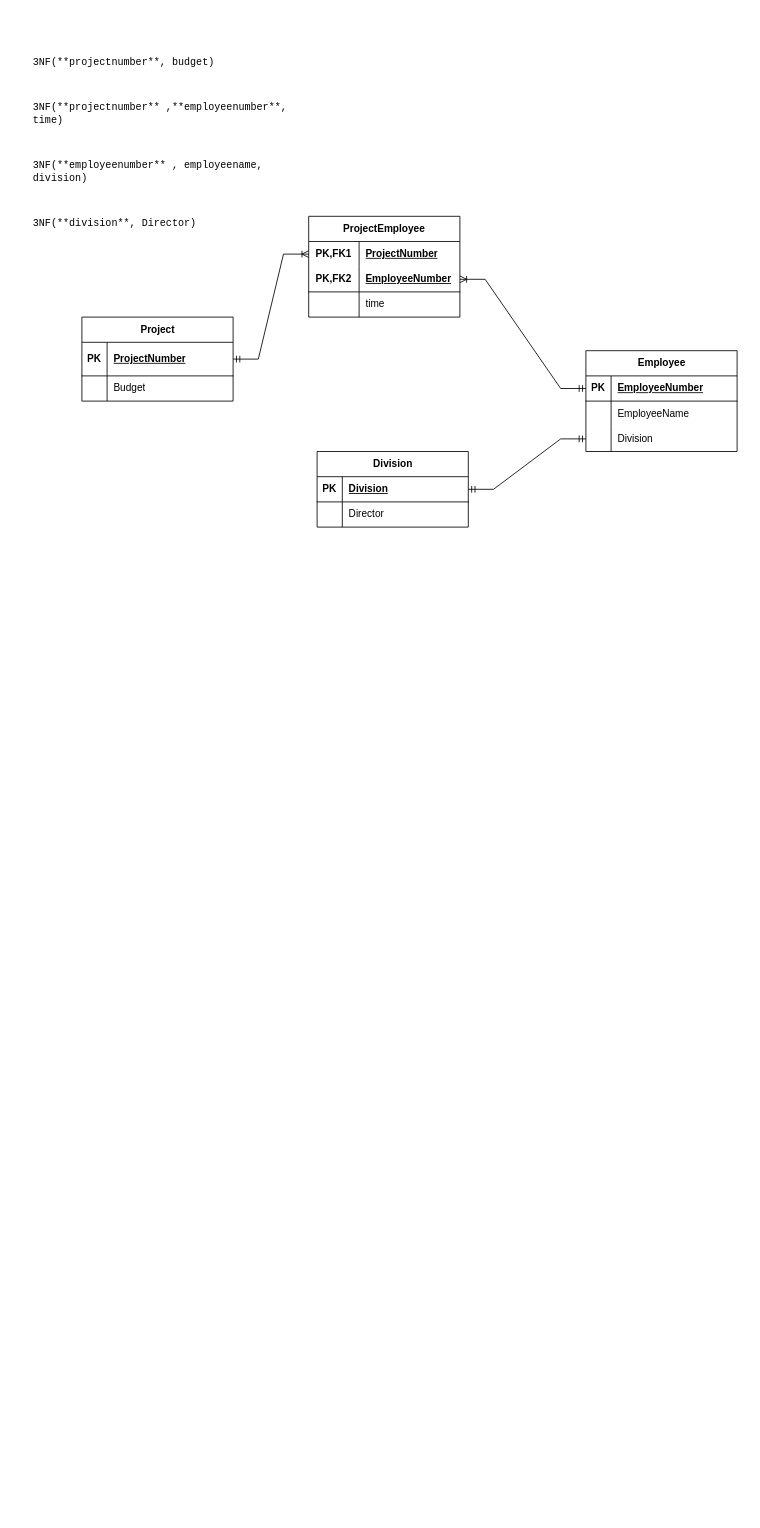
Before: Diagram zonder titel.drawio in Lukas-Bohez/Lukas-Bohez, a draw.io diagram. Source tidied: cells renumbered, new cells numbered last; positions are measured from the earlier drawing's top-left corner, leaving out a move shared by most shapes. Both pictures are drawn from the tidied source at 84%, with x=0, y=0 at pixel (31, 39).
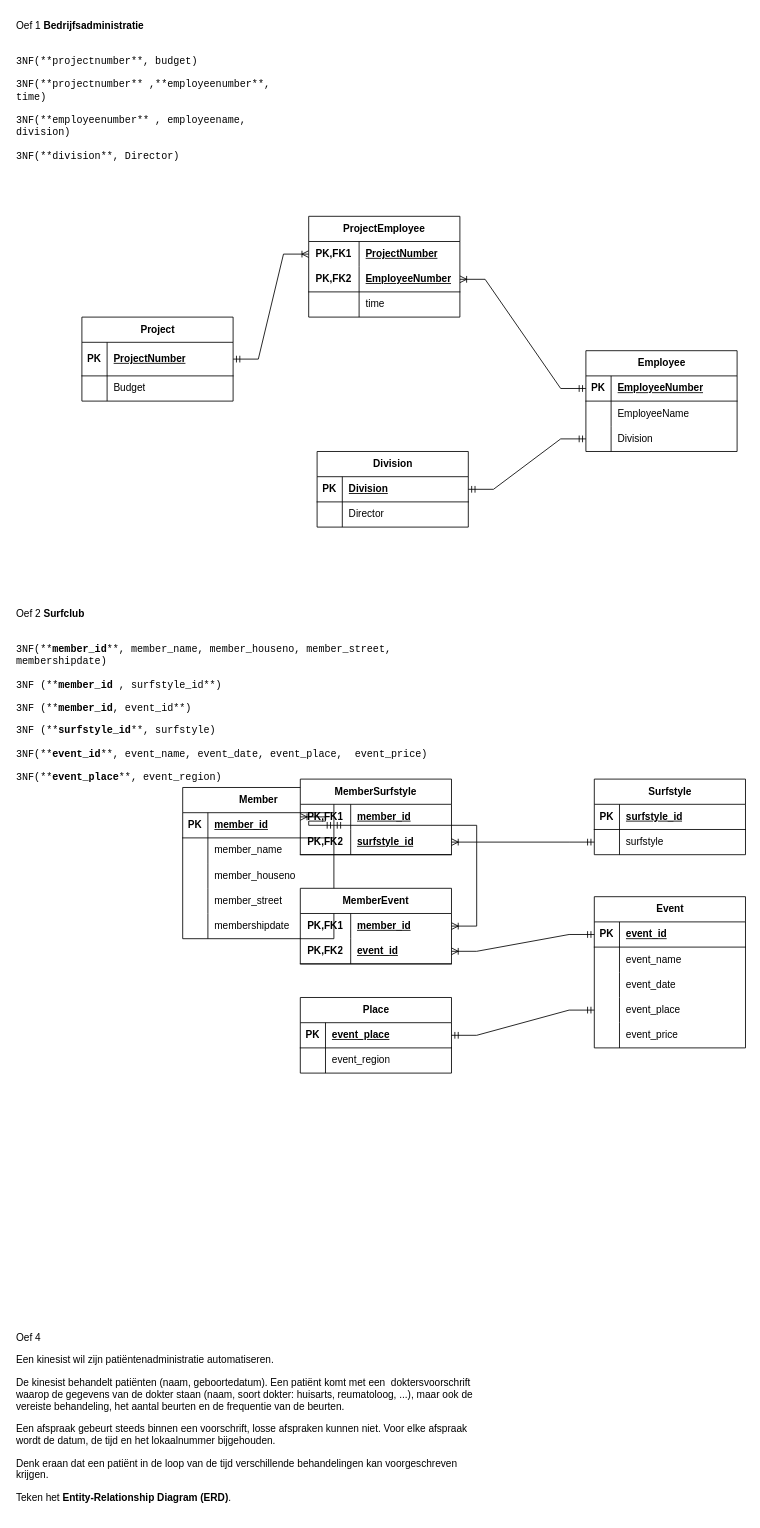
Above is the later version.

The edit, as a diff of the source:
```diff
@@
-    <mxCell id="9" value="&lt;p&gt;&lt;code&gt;3NF(**projectnumber**, budget)&lt;/code&gt;&lt;/p&gt;&#10;&lt;p&gt;&lt;code&gt;3NF(**projectnumber** ,**employeenumber**, time)&lt;/code&gt;&lt;/p&gt;&#10;&lt;p&gt;&lt;code&gt;3NF(**employeenumber** , employeename, division)&lt;/code&gt;&lt;/p&gt;&#10;&lt;p&gt;&lt;code&gt;3NF(**division**, Director)&lt;/code&gt;&lt;/p&gt;" style="text;whiteSpace=wrap;html=1;" parent="1" vertex="1">
-      <mxGeometry width="340" height="220" as="geometry" />
+    <mxCell id="9" value="&lt;div&gt;Oef 1 &lt;span class=&quot;notion-enable-hover&quot;&gt;&lt;b&gt;Bedrijfsadministratie&lt;/b&gt;&lt;/span&gt;&lt;/div&gt;&lt;div&gt;&lt;br&gt;&lt;/div&gt;&lt;p&gt;&lt;code&gt;3NF(**projectnumber**, budget)&lt;/code&gt;&lt;/p&gt;&lt;p&gt;&lt;code&gt;3NF(**projectnumber** ,**employeenumber**, time)&lt;/code&gt;&lt;/p&gt;&lt;p&gt;&lt;code&gt;3NF(**employeenumber** , employeename, division)&lt;/code&gt;&lt;/p&gt;&lt;p&gt;&lt;code&gt;3NF(**division**, Director)&lt;/code&gt;&lt;/p&gt;" style="text;whiteSpace=wrap;html=1;" parent="1" vertex="1">
+      <mxGeometry x="-20" y="-30" width="340" height="150" as="geometry" />
     </mxCell>
@@
+    <mxCell id="40" value="&lt;div&gt;Oef 2 &lt;span class=&quot;notion-enable-hover&quot; style=&quot;font-weight:600&quot;&gt;Surfclub&lt;/span&gt;&lt;/div&gt;&lt;div&gt;&lt;br&gt;&lt;/div&gt;&lt;p&gt;&lt;code&gt;3NF(**&lt;b&gt;member_id&lt;/b&gt;**, member_name, member_houseno, member_street, membershipdate)&lt;/code&gt;&lt;/p&gt;&lt;p&gt;&lt;code&gt;3NF (**&lt;b&gt;member_id &lt;/b&gt;, surfstyle_id**)&lt;/code&gt;&lt;/p&gt;&lt;p&gt;&lt;code&gt;3NF (**&lt;b&gt;member_id&lt;/b&gt;, event_id**)&lt;/code&gt;&lt;/p&gt;&lt;p&gt;&lt;code&gt;3NF (**&lt;b&gt;surfstyle_id&lt;/b&gt;**, surfstyle)&lt;/code&gt;&lt;/p&gt;&lt;p&gt;&lt;code&gt;3NF(**&lt;b&gt;event_id&lt;/b&gt;**, event_name, event_date, event_place,&amp;nbsp; event_price)&lt;/code&gt;&lt;/p&gt;&lt;p&gt;&lt;code&gt;3NF(**&lt;b&gt;event_place&lt;/b&gt;**, event_region)&lt;/code&gt;&lt;/p&gt;" style="text;whiteSpace=wrap;html=1;" parent="1" vertex="1">
+      <mxGeometry x="-20" y="670" width="530" height="180" as="geometry" />
+    </mxCell>
+    <mxCell id="41" value="Member" style="shape=table;startSize=30;childLayout=tableLayout;rowLines=0;fontStyle=1;align=center;html=1;" parent="1" vertex="1">
+      <mxGeometry x="180" y="890" width="180" height="180" as="geometry" />
+    </mxCell>
+    <mxCell id="42" style="shape=tableRow;horizontal=0;startSize=0;swimlaneHead=0;swimlaneBody=0;fillColor=none;points=[[0,0.5],[1,0.5]];portConstraint=eastwest;top=0;left=0;right=0;bottom=1;" parent="41" vertex="1">
+      <mxGeometry y="30" width="180" height="30" as="geometry" />
+    </mxCell>
+    <mxCell id="43" value="PK" style="shape=partialRectangle;fillColor=none;top=0;left=0;bottom=0;right=0;fontStyle=1;overflow=hidden;whiteSpace=wrap;html=1;" parent="42" vertex="1">
+      <mxGeometry width="30" height="30" as="geometry" />
+    </mxCell>
+    <mxCell id="44" value="member_id" style="shape=partialRectangle;fillColor=none;top=0;left=0;bottom=0;right=0;align=left;spacingLeft=6;fontStyle=5;overflow=hidden;whiteSpace=wrap;html=1;" parent="42" vertex="1">
+      <mxGeometry x="30" width="150" height="30" as="geometry" />
+    </mxCell>
+    <mxCell id="45" style="shape=tableRow;horizontal=0;startSize=0;swimlaneHead=0;swimlaneBody=0;fillColor=none;top=0;left=0;right=0;bottom=0;" parent="41" vertex="1">
+      <mxGeometry y="60" width="180" height="30" as="geometry" />
+    </mxCell>
+    <mxCell id="46" style="shape=partialRectangle;fillColor=none;top=0;left=0;bottom=0;right=0;overflow=hidden;whiteSpace=wrap;html=1;" parent="45" vertex="1">
+      <mxGeometry width="30" height="30" as="geometry" />
+    </mxCell>
+    <mxCell id="47" value="member_name" style="shape=partialRectangle;fillColor=none;top=0;left=0;bottom=0;right=0;align=left;spacingLeft=6;overflow=hidden;whiteSpace=wrap;html=1;" parent="45" vertex="1">
+      <mxGeometry x="30" width="150" height="30" as="geometry" />
+    </mxCell>
+    <mxCell id="48" style="shape=tableRow;horizontal=0;startSize=0;swimlaneHead=0;swimlaneBody=0;fillColor=none;top=0;left=0;right=0;bottom=0;" parent="41" vertex="1">
+      <mxGeometry y="90" width="180" height="30" as="geometry" />
+    </mxCell>
+    <mxCell id="49" style="shape=partialRectangle;fillColor=none;top=0;left=0;bottom=0;right=0;overflow=hidden;whiteSpace=wrap;html=1;" parent="48" vertex="1">
+      <mxGeometry width="30" height="30" as="geometry" />
+    </mxCell>
+    <mxCell id="50" value="member_houseno" style="shape=partialRectangle;fillColor=none;top=0;left=0;bottom=0;right=0;align=left;spacingLeft=6;overflow=hidden;whiteSpace=wrap;html=1;" parent="48" vertex="1">
+      <mxGeometry x="30" width="150" height="30" as="geometry" />
+    </mxCell>
+    <mxCell id="51" style="shape=tableRow;horizontal=0;startSize=0;swimlaneHead=0;swimlaneBody=0;fillColor=none;top=0;left=0;right=0;bottom=0;" parent="41" vertex="1">
+      <mxGeometry y="120" width="180" height="30" as="geometry" />
+    </mxCell>
+    <mxCell id="52" style="shape=partialRectangle;fillColor=none;top=0;left=0;bottom=0;right=0;overflow=hidden;whiteSpace=wrap;html=1;" parent="51" vertex="1">
+      <mxGeometry width="30" height="30" as="geometry" />
+    </mxCell>
+    <mxCell id="53" value="member_street" style="shape=partialRectangle;fillColor=none;top=0;left=0;bottom=0;right=0;align=left;spacingLeft=6;overflow=hidden;whiteSpace=wrap;html=1;" parent="51" vertex="1">
+      <mxGeometry x="30" width="150" height="30" as="geometry" />
+    </mxCell>
+    <mxCell id="54" style="shape=tableRow;horizontal=0;startSize=0;swimlaneHead=0;swimlaneBody=0;fillColor=none;top=0;left=0;right=0;bottom=0;" parent="41" vertex="1">
+      <mxGeometry y="150" width="180" height="30" as="geometry" />
+    </mxCell>
+    <mxCell id="55" style="shape=partialRectangle;fillColor=none;top=0;left=0;bottom=0;right=0;overflow=hidden;whiteSpace=wrap;html=1;" parent="54" vertex="1">
+      <mxGeometry width="30" height="30" as="geometry" />
+    </mxCell>
+    <mxCell id="56" value="membershipdate" style="shape=partialRectangle;fillColor=none;top=0;left=0;bottom=0;right=0;align=left;spacingLeft=6;overflow=hidden;whiteSpace=wrap;html=1;" parent="54" vertex="1">
+      <mxGeometry x="30" width="150" height="30" as="geometry" />
+    </mxCell>
+    <mxCell id="57" value="MemberSurfstyle" style="shape=table;startSize=30;childLayout=tableLayout;rowLines=0;fontStyle=1;align=center;html=1;whiteSpace=wrap;" parent="1" vertex="1">
+      <mxGeometry x="320" y="880" width="180" height="90" as="geometry" />
+    </mxCell>
+    <mxCell id="58" style="shape=tableRow;horizontal=0;startSize=0;swimlaneHead=0;swimlaneBody=0;fillColor=none;points=[[0,0.5],[1,0.5]];portConstraint=eastwest;top=0;left=0;right=0;bottom=0;html=1;" parent="57" vertex="1">
+      <mxGeometry y="30" width="180" height="30" as="geometry" />
+    </mxCell>
+    <mxCell id="59" value="PK,FK1" style="shape=partialRectangle;fillColor=none;top=0;left=0;bottom=0;right=0;fontStyle=1;overflow=hidden;html=1;whiteSpace=wrap;" parent="58" vertex="1">
+      <mxGeometry width="60" height="30" as="geometry" />
+    </mxCell>
+    <mxCell id="60" value="member_id" style="shape=partialRectangle;fillColor=none;top=0;left=0;bottom=0;right=0;align=left;spacingLeft=6;fontStyle=5;overflow=hidden;html=1;whiteSpace=wrap;" parent="58" vertex="1">
+      <mxGeometry x="60" width="120" height="30" as="geometry" />
+    </mxCell>
+    <mxCell id="61" style="shape=tableRow;horizontal=0;startSize=0;swimlaneHead=0;swimlaneBody=0;fillColor=none;points=[[0,0.5],[1,0.5]];portConstraint=eastwest;top=0;left=0;right=0;bottom=1;html=1;" parent="57" vertex="1">
+      <mxGeometry y="60" width="180" height="30" as="geometry" />
+    </mxCell>
+    <mxCell id="62" value="PK,FK2" style="shape=partialRectangle;fillColor=none;top=0;left=0;bottom=0;right=0;fontStyle=1;overflow=hidden;html=1;whiteSpace=wrap;" parent="61" vertex="1">
+      <mxGeometry width="60" height="30" as="geometry" />
+    </mxCell>
+    <mxCell id="63" value="surfstyle_id" style="shape=partialRectangle;fillColor=none;top=0;left=0;bottom=0;right=0;align=left;spacingLeft=6;fontStyle=5;overflow=hidden;html=1;whiteSpace=wrap;" parent="61" vertex="1">
+      <mxGeometry x="60" width="120" height="30" as="geometry" />
+    </mxCell>
+    <mxCell id="64" value="&lt;p&gt;Oef 4&lt;br&gt;&lt;/p&gt;&lt;p&gt;Een kinesist wil zijn patiëntenadministratie automatiseren.&lt;/p&gt;&lt;p&gt;De kinesist behandelt patiënten (naam, geboortedatum). Een patiënt komt met een &amp;nbsp;doktersvoorschrift waarop de gegevens van de dokter staan (naam, soort dokter: huisarts, reumatoloog, ...), maar ook de vereiste behandeling, het aantal beurten en de frequentie van de beurten.&lt;/p&gt;&lt;p&gt;Een afspraak gebeurt steeds binnen een voorschrift, losse afspraken kunnen niet. Voor elke afspraak wordt de datum, de tijd en het lokaalnummer bijgehouden.&lt;/p&gt;&lt;p&gt;Denk eraan dat een patiënt in de loop van de tijd verschillende behandelingen kan voorgeschreven krijgen.&lt;/p&gt;&lt;p&gt;Teken het &lt;strong&gt;Entity-Relationship Diagram (ERD)&lt;/strong&gt;.&lt;/p&gt;" style="text;whiteSpace=wrap;html=1;" parent="1" vertex="1">
+      <mxGeometry x="-20" y="1520" width="560" height="220" as="geometry" />
+    </mxCell>
+    <mxCell id="65" style="edgeStyle=entityRelationEdgeStyle;fontSize=12;html=1;endArrow=ERoneToMany;startArrow=ERmandOne;rounded=0;exitX=1;exitY=0.5;exitDx=0;exitDy=0;entryX=0;entryY=0.5;entryDx=0;entryDy=0;" parent="1" edge="1" source="42" target="58">
+      <mxGeometry relative="1" as="geometry" />
+    </mxCell>
+    <mxCell id="66" value="MemberEvent" style="shape=table;startSize=30;childLayout=tableLayout;rowLines=0;fontStyle=1;align=center;html=1;whiteSpace=wrap;" parent="1" vertex="1">
+      <mxGeometry x="320" y="1010" width="180" height="90" as="geometry" />
+    </mxCell>
+    <mxCell id="67" style="shape=tableRow;horizontal=0;startSize=0;swimlaneHead=0;swimlaneBody=0;fillColor=none;points=[[0,0.5],[1,0.5]];portConstraint=eastwest;top=0;left=0;right=0;bottom=0;html=1;" parent="66" vertex="1">
+      <mxGeometry y="30" width="180" height="30" as="geometry" />
+    </mxCell>
+    <mxCell id="68" value="PK,FK1" style="shape=partialRectangle;fillColor=none;top=0;left=0;bottom=0;right=0;fontStyle=1;overflow=hidden;html=1;whiteSpace=wrap;" parent="67" vertex="1">
+      <mxGeometry width="60" height="30" as="geometry" />
+    </mxCell>
+    <mxCell id="69" value="member_id" style="shape=partialRectangle;fillColor=none;top=0;left=0;bottom=0;right=0;align=left;spacingLeft=6;fontStyle=5;overflow=hidden;html=1;whiteSpace=wrap;" parent="67" vertex="1">
+      <mxGeometry x="60" width="120" height="30" as="geometry" />
+    </mxCell>
+    <mxCell id="70" style="shape=tableRow;horizontal=0;startSize=0;swimlaneHead=0;swimlaneBody=0;fillColor=none;points=[[0,0.5],[1,0.5]];portConstraint=eastwest;top=0;left=0;right=0;bottom=1;html=1;" parent="66" vertex="1">
+      <mxGeometry y="60" width="180" height="30" as="geometry" />
+    </mxCell>
+    <mxCell id="71" value="PK,FK2" style="shape=partialRectangle;fillColor=none;top=0;left=0;bottom=0;right=0;fontStyle=1;overflow=hidden;html=1;whiteSpace=wrap;" parent="70" vertex="1">
+      <mxGeometry width="60" height="30" as="geometry" />
+    </mxCell>
+    <mxCell id="72" value="event_id" style="shape=partialRectangle;fillColor=none;top=0;left=0;bottom=0;right=0;align=left;spacingLeft=6;fontStyle=5;overflow=hidden;html=1;whiteSpace=wrap;" parent="70" vertex="1">
+      <mxGeometry x="60" width="120" height="30" as="geometry" />
+    </mxCell>
+    <mxCell id="73" style="edgeStyle=entityRelationEdgeStyle;fontSize=12;html=1;endArrow=ERoneToMany;startArrow=ERmandOne;rounded=0;exitX=1;exitY=0.25;exitDx=0;exitDy=0;" parent="1" edge="1" source="41" target="67">
+      <mxGeometry relative="1" as="geometry" />
+    </mxCell>
+    <mxCell id="74" value="Surfstyle" style="shape=table;startSize=30;childLayout=tableLayout;rowLines=0;fontStyle=1;align=center;html=1;" parent="1" vertex="1">
+      <mxGeometry x="670" y="880" width="180" height="90" as="geometry" />
+    </mxCell>
+    <mxCell id="75" style="shape=tableRow;horizontal=0;startSize=0;swimlaneHead=0;swimlaneBody=0;fillColor=none;top=0;left=0;right=0;bottom=1;" parent="74" vertex="1">
+      <mxGeometry y="30" width="180" height="30" as="geometry" />
+    </mxCell>
+    <mxCell id="76" value="PK" style="shape=partialRectangle;fillColor=none;top=0;left=0;bottom=0;right=0;fontStyle=1;overflow=hidden;whiteSpace=wrap;html=1;" parent="75" vertex="1">
+      <mxGeometry width="30" height="30" as="geometry" />
+    </mxCell>
+    <mxCell id="77" value="surfstyle_id" style="shape=partialRectangle;fillColor=none;top=0;left=0;bottom=0;right=0;align=left;spacingLeft=6;fontStyle=5;overflow=hidden;whiteSpace=wrap;html=1;" parent="75" vertex="1">
+      <mxGeometry x="30" width="150" height="30" as="geometry" />
+    </mxCell>
+    <mxCell id="78" style="shape=tableRow;horizontal=0;startSize=0;swimlaneHead=0;swimlaneBody=0;fillColor=none;points=[[0,0.5],[1,0.5]];portConstraint=eastwest;top=0;left=0;right=0;bottom=0;" parent="74" vertex="1">
+      <mxGeometry y="60" width="180" height="30" as="geometry" />
+    </mxCell>
+    <mxCell id="79" style="shape=partialRectangle;fillColor=none;top=0;left=0;bottom=0;right=0;overflow=hidden;whiteSpace=wrap;html=1;" parent="78" vertex="1">
+      <mxGeometry width="30" height="30" as="geometry" />
+    </mxCell>
+    <mxCell id="80" value="surfstyle" style="shape=partialRectangle;fillColor=none;top=0;left=0;bottom=0;right=0;align=left;spacingLeft=6;overflow=hidden;whiteSpace=wrap;html=1;" parent="78" vertex="1">
+      <mxGeometry x="30" width="150" height="30" as="geometry" />
+    </mxCell>
+    <mxCell id="81" style="edgeStyle=entityRelationEdgeStyle;fontSize=12;html=1;endArrow=ERoneToMany;startArrow=ERmandOne;rounded=0;" parent="1" edge="1" source="78" target="61">
+      <mxGeometry relative="1" as="geometry" />
+    </mxCell>
+    <mxCell id="82" value="Event" style="shape=table;startSize=30;childLayout=tableLayout;rowLines=0;fontStyle=1;align=center;html=1;" parent="1" vertex="1">
+      <mxGeometry x="670" y="1020" width="180" height="180" as="geometry" />
+    </mxCell>
+    <mxCell id="83" style="shape=tableRow;horizontal=0;startSize=0;swimlaneHead=0;swimlaneBody=0;fillColor=none;points=[[0,0.5],[1,0.5]];portConstraint=eastwest;top=0;left=0;right=0;bottom=1;" parent="82" vertex="1">
+      <mxGeometry y="30" width="180" height="30" as="geometry" />
+    </mxCell>
+    <mxCell id="84" value="PK" style="shape=partialRectangle;fillColor=none;top=0;left=0;bottom=0;right=0;fontStyle=1;overflow=hidden;whiteSpace=wrap;html=1;" parent="83" vertex="1">
+      <mxGeometry width="30" height="30" as="geometry" />
+    </mxCell>
+    <mxCell id="85" value="event_id" style="shape=partialRectangle;fillColor=none;top=0;left=0;bottom=0;right=0;align=left;spacingLeft=6;fontStyle=5;overflow=hidden;whiteSpace=wrap;html=1;" parent="83" vertex="1">
+      <mxGeometry x="30" width="150" height="30" as="geometry" />
+    </mxCell>
+    <mxCell id="86" style="shape=tableRow;horizontal=0;startSize=0;swimlaneHead=0;swimlaneBody=0;fillColor=none;top=0;left=0;right=0;bottom=0;" parent="82" vertex="1">
+      <mxGeometry y="60" width="180" height="30" as="geometry" />
+    </mxCell>
+    <mxCell id="87" style="shape=partialRectangle;fillColor=none;top=0;left=0;bottom=0;right=0;overflow=hidden;whiteSpace=wrap;html=1;" parent="86" vertex="1">
+      <mxGeometry width="30" height="30" as="geometry" />
+    </mxCell>
+    <mxCell id="88" value="event_name" style="shape=partialRectangle;fillColor=none;top=0;left=0;bottom=0;right=0;align=left;spacingLeft=6;overflow=hidden;whiteSpace=wrap;html=1;" parent="86" vertex="1">
+      <mxGeometry x="30" width="150" height="30" as="geometry" />
+    </mxCell>
+    <mxCell id="89" style="shape=tableRow;horizontal=0;startSize=0;swimlaneHead=0;swimlaneBody=0;fillColor=none;top=0;left=0;right=0;bottom=0;" parent="82" vertex="1">
+      <mxGeometry y="90" width="180" height="30" as="geometry" />
+    </mxCell>
+    <mxCell id="90" style="shape=partialRectangle;fillColor=none;top=0;left=0;bottom=0;right=0;overflow=hidden;whiteSpace=wrap;html=1;" parent="89" vertex="1">
+      <mxGeometry width="30" height="30" as="geometry" />
+    </mxCell>
+    <mxCell id="91" value="event_date" style="shape=partialRectangle;fillColor=none;top=0;left=0;bottom=0;right=0;align=left;spacingLeft=6;overflow=hidden;whiteSpace=wrap;html=1;" parent="89" vertex="1">
+      <mxGeometry x="30" width="150" height="30" as="geometry" />
+    </mxCell>
+    <mxCell id="92" style="shape=tableRow;horizontal=0;startSize=0;swimlaneHead=0;swimlaneBody=0;fillColor=none;points=[[0,0.5],[1,0.5]];portConstraint=eastwest;top=0;left=0;right=0;bottom=0;" parent="82" vertex="1">
+      <mxGeometry y="120" width="180" height="30" as="geometry" />
+    </mxCell>
+    <mxCell id="93" style="shape=partialRectangle;fillColor=none;top=0;left=0;bottom=0;right=0;overflow=hidden;whiteSpace=wrap;html=1;" parent="92" vertex="1">
+      <mxGeometry width="30" height="30" as="geometry" />
+    </mxCell>
+    <mxCell id="94" value="event_place" style="shape=partialRectangle;fillColor=none;top=0;left=0;bottom=0;right=0;align=left;spacingLeft=6;overflow=hidden;whiteSpace=wrap;html=1;" parent="92" vertex="1">
+      <mxGeometry x="30" width="150" height="30" as="geometry" />
+    </mxCell>
+    <mxCell id="95" style="shape=tableRow;horizontal=0;startSize=0;swimlaneHead=0;swimlaneBody=0;fillColor=none;top=0;left=0;right=0;bottom=0;" parent="82" vertex="1">
+      <mxGeometry y="150" width="180" height="30" as="geometry" />
+    </mxCell>
+    <mxCell id="96" style="shape=partialRectangle;fillColor=none;top=0;left=0;bottom=0;right=0;overflow=hidden;whiteSpace=wrap;html=1;" parent="95" vertex="1">
+      <mxGeometry width="30" height="30" as="geometry" />
+    </mxCell>
+    <mxCell id="97" value="event_price" style="shape=partialRectangle;fillColor=none;top=0;left=0;bottom=0;right=0;align=left;spacingLeft=6;overflow=hidden;whiteSpace=wrap;html=1;" parent="95" vertex="1">
+      <mxGeometry x="30" width="150" height="30" as="geometry" />
+    </mxCell>
+    <mxCell id="98" style="edgeStyle=entityRelationEdgeStyle;fontSize=12;html=1;endArrow=ERoneToMany;startArrow=ERmandOne;rounded=0;" parent="1" edge="1" source="83" target="70">
+      <mxGeometry relative="1" as="geometry" />
+    </mxCell>
+    <mxCell id="99" value="Place" style="shape=table;startSize=30;childLayout=tableLayout;rowLines=0;fontStyle=1;align=center;html=1;" parent="1" vertex="1">
+      <mxGeometry x="320" y="1140" width="180" height="90" as="geometry" />
+    </mxCell>
+    <mxCell id="100" style="shape=tableRow;horizontal=0;startSize=0;swimlaneHead=0;swimlaneBody=0;fillColor=none;points=[[0,0.5],[1,0.5]];portConstraint=eastwest;top=0;left=0;right=0;bottom=1;" parent="99" vertex="1">
+      <mxGeometry y="30" width="180" height="30" as="geometry" />
+    </mxCell>
+    <mxCell id="101" value="PK" style="shape=partialRectangle;fillColor=none;top=0;left=0;bottom=0;right=0;fontStyle=1;overflow=hidden;whiteSpace=wrap;html=1;" parent="100" vertex="1">
+      <mxGeometry width="30" height="30" as="geometry" />
+    </mxCell>
+    <mxCell id="102" value="event_place" style="shape=partialRectangle;fillColor=none;top=0;left=0;bottom=0;right=0;align=left;spacingLeft=6;fontStyle=5;overflow=hidden;whiteSpace=wrap;html=1;" parent="100" vertex="1">
+      <mxGeometry x="30" width="150" height="30" as="geometry" />
+    </mxCell>
+    <mxCell id="103" style="shape=tableRow;horizontal=0;startSize=0;swimlaneHead=0;swimlaneBody=0;fillColor=none;top=0;left=0;right=0;bottom=0;" parent="99" vertex="1">
+      <mxGeometry y="60" width="180" height="30" as="geometry" />
+    </mxCell>
+    <mxCell id="104" style="shape=partialRectangle;fillColor=none;top=0;left=0;bottom=0;right=0;overflow=hidden;whiteSpace=wrap;html=1;" parent="103" vertex="1">
+      <mxGeometry width="30" height="30" as="geometry" />
+    </mxCell>
+    <mxCell id="105" value="event_region" style="shape=partialRectangle;fillColor=none;top=0;left=0;bottom=0;right=0;align=left;spacingLeft=6;overflow=hidden;whiteSpace=wrap;html=1;" parent="103" vertex="1">
+      <mxGeometry x="30" width="150" height="30" as="geometry" />
+    </mxCell>
+    <mxCell id="106" style="edgeStyle=entityRelationEdgeStyle;fontSize=12;html=1;endArrow=ERmandOne;startArrow=ERmandOne;rounded=0;" parent="1" edge="1" source="100" target="92">
+      <mxGeometry relative="1" as="geometry" />
+    </mxCell>
```
